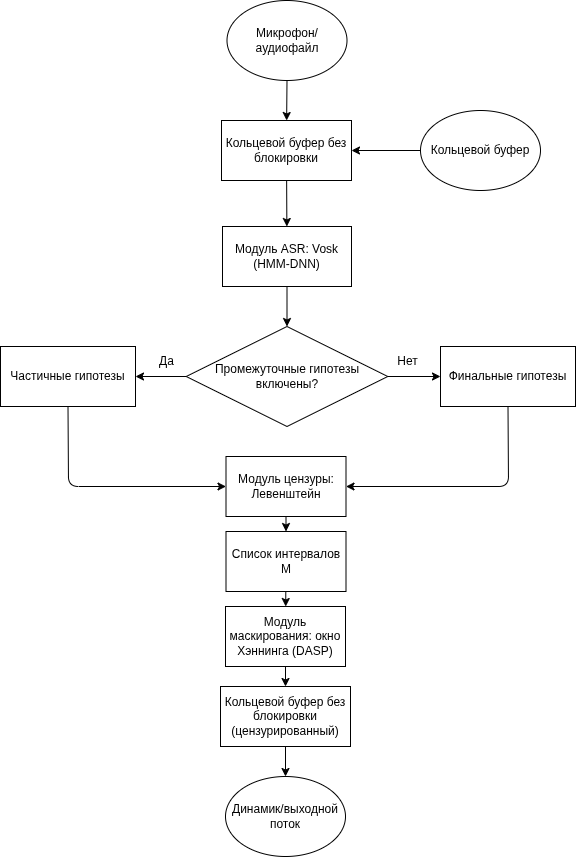
Above: doc/png/pipeline.png in IKycTI/audio-censor (draw.io), before the change. Source tidied: cells renumbered, new cells last; positions are measured from the earlier drawing's top-left corner, leaving out a move shared by most shapes. Its diagram source:
```xml
<mxGraphModel>
  <root>
    <mxCell id="0" />
    <mxCell id="1" parent="0" />
    <mxCell id="2" style="edgeStyle=none;html=1;" parent="1" edge="1" source="3" target="5">
      <mxGeometry relative="1" as="geometry" />
    </mxCell>
    <mxCell id="3" value="Микрофон/аудиофайл" style="ellipse;whiteSpace=wrap;html=1;" parent="1" vertex="1">
      <mxGeometry x="226.5" width="120" height="80" as="geometry" />
    </mxCell>
    <mxCell id="4" style="edgeStyle=none;html=1;" parent="1" edge="1" source="5" target="9">
      <mxGeometry relative="1" as="geometry" />
    </mxCell>
    <mxCell id="5" value="Кольцевой буфер без блокировки" style="rounded=0;whiteSpace=wrap;html=1;" parent="1" vertex="1">
      <mxGeometry x="221" y="120" width="130" height="60" as="geometry" />
    </mxCell>
    <mxCell id="6" style="edgeStyle=none;html=1;" parent="1" edge="1" target="5">
      <mxGeometry relative="1" as="geometry">
        <mxPoint x="421" y="150" as="sourcePoint" />
      </mxGeometry>
    </mxCell>
    <mxCell id="7" value="Кольцевой буфер" style="ellipse;whiteSpace=wrap;html=1;" parent="1" vertex="1">
      <mxGeometry x="420" y="110" width="120" height="80" as="geometry" />
    </mxCell>
    <mxCell id="8" style="edgeStyle=none;html=1;" parent="1" edge="1" source="9" target="25">
      <mxGeometry relative="1" as="geometry" />
    </mxCell>
    <mxCell id="9" value="Модуль ASR: Vosk (HMM-DNN)" style="rounded=0;whiteSpace=wrap;html=1;" parent="1" vertex="1">
      <mxGeometry x="222" y="226" width="129" height="60" as="geometry" />
    </mxCell>
    <mxCell id="10" style="edgeStyle=none;html=1;entryX=0;entryY=0.5;entryDx=0;entryDy=0;exitX=0.5;exitY=1;exitDx=0;exitDy=0;" parent="1" edge="1" source="11" target="15">
      <mxGeometry relative="1" as="geometry">
        <Array as="points">
          <mxPoint x="68" y="486" />
        </Array>
      </mxGeometry>
    </mxCell>
    <mxCell id="11" value="Частичные гипотезы" style="rounded=0;whiteSpace=wrap;html=1;" parent="1" vertex="1">
      <mxGeometry y="346" width="135" height="60" as="geometry" />
    </mxCell>
    <mxCell id="12" style="edgeStyle=none;html=1;entryX=1;entryY=0.5;entryDx=0;entryDy=0;exitX=0.5;exitY=1;exitDx=0;exitDy=0;" parent="1" edge="1" source="13">
      <mxGeometry relative="1" as="geometry">
        <mxPoint x="345.5" y="486" as="targetPoint" />
        <Array as="points">
          <mxPoint x="508" y="486" />
        </Array>
      </mxGeometry>
    </mxCell>
    <mxCell id="13" value="Финальные гипотезы" style="rounded=0;whiteSpace=wrap;html=1;" parent="1" vertex="1">
      <mxGeometry x="440" y="346" width="135" height="60" as="geometry" />
    </mxCell>
    <mxCell id="14" style="edgeStyle=none;html=1;" parent="1" edge="1" source="15" target="17">
      <mxGeometry relative="1" as="geometry" />
    </mxCell>
    <mxCell id="15" value="Модуль цензуры: Левенштейн" style="whiteSpace=wrap;html=1;rounded=0;" parent="1" vertex="1">
      <mxGeometry x="225.5" y="456" width="120" height="60" as="geometry" />
    </mxCell>
    <mxCell id="16" style="edgeStyle=none;html=1;" parent="1" edge="1" source="17" target="19">
      <mxGeometry relative="1" as="geometry" />
    </mxCell>
    <mxCell id="17" value="Список интервалов M" style="whiteSpace=wrap;html=1;rounded=0;" parent="1" vertex="1">
      <mxGeometry x="225.5" y="531" width="120" height="60" as="geometry" />
    </mxCell>
    <mxCell id="18" style="edgeStyle=none;html=1;" parent="1" edge="1" source="19" target="21">
      <mxGeometry relative="1" as="geometry" />
    </mxCell>
    <mxCell id="19" value="Модуль маскирования: окно Хэннинга (DASP)" style="whiteSpace=wrap;html=1;rounded=0;" parent="1" vertex="1">
      <mxGeometry x="225" y="606" width="120" height="60" as="geometry" />
    </mxCell>
    <mxCell id="20" style="edgeStyle=none;html=1;" parent="1" edge="1" source="21" target="22">
      <mxGeometry relative="1" as="geometry" />
    </mxCell>
    <mxCell id="21" value="Кольцевой буфер без блокировки&lt;br&gt;(цензурированный)" style="rounded=0;whiteSpace=wrap;html=1;" parent="1" vertex="1">
      <mxGeometry x="220" y="686" width="130" height="60" as="geometry" />
    </mxCell>
    <mxCell id="22" value="Динамик/выходной поток" style="ellipse;whiteSpace=wrap;html=1;" parent="1" vertex="1">
      <mxGeometry x="225" y="776" width="120" height="80" as="geometry" />
    </mxCell>
    <mxCell id="23" style="edgeStyle=none;html=1;" parent="1" edge="1" source="25" target="11">
      <mxGeometry relative="1" as="geometry" />
    </mxCell>
    <mxCell id="24" style="edgeStyle=none;html=1;" parent="1" edge="1" source="25" target="13">
      <mxGeometry relative="1" as="geometry" />
    </mxCell>
    <mxCell id="25" value="Промежуточные гипотезы включены?" style="rhombus;whiteSpace=wrap;html=1;rounded=0;" parent="1" vertex="1">
      <mxGeometry x="185.8" y="326" width="201.5" height="100" as="geometry" />
    </mxCell>
    <mxCell id="26" value="Да" style="text;html=1;align=center;verticalAlign=middle;strokeColor=none;fillColor=none;" parent="1" vertex="1">
      <mxGeometry x="145.8" y="346" width="40" height="30" as="geometry" />
    </mxCell>
    <mxCell id="27" value="Нет" style="text;html=1;align=center;verticalAlign=middle;strokeColor=none;fillColor=none;" parent="1" vertex="1">
      <mxGeometry x="387.2" y="346" width="40" height="30" as="geometry" />
    </mxCell>
  </root>
</mxGraphModel>
```
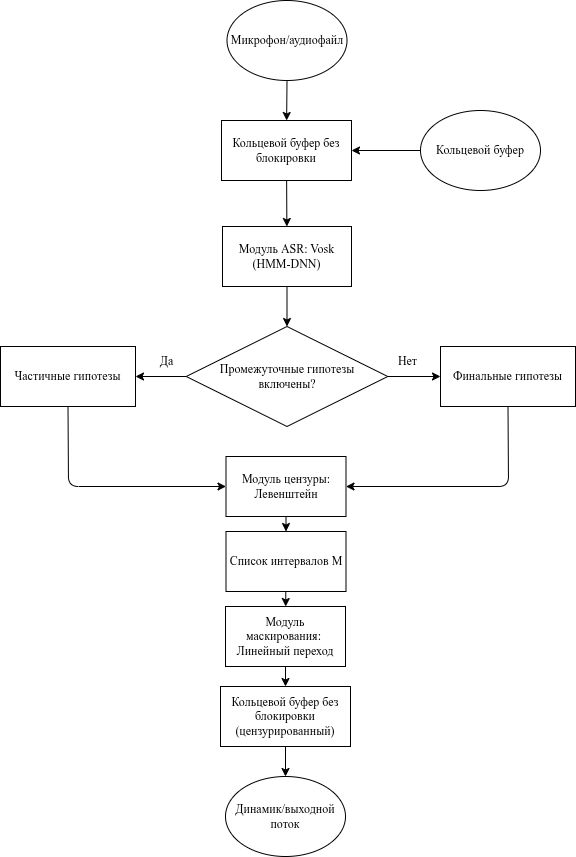
Later version of the same file.

Commit message:
Небольшие правки блок схемы работы системы, добавление скринов работы системы

What changed in the source:
```diff
@@ -2,43 +2,43 @@
   <root>
     <mxCell id="0" />
     <mxCell id="1" parent="0" />
-    <mxCell id="2" style="edgeStyle=none;html=1;" parent="1" edge="1" source="3" target="5">
+    <mxCell id="2" style="edgeStyle=none;html=1;fontFamily=Times New Roman;" parent="1" edge="1" source="3" target="5">
       <mxGeometry relative="1" as="geometry" />
     </mxCell>
-    <mxCell id="3" value="Микрофон/аудиофайл" style="ellipse;whiteSpace=wrap;html=1;" parent="1" vertex="1">
+    <mxCell id="3" value="&lt;font&gt;Микрофон/аудиофайл&lt;/font&gt;" style="ellipse;whiteSpace=wrap;html=1;fontFamily=Times New Roman;" parent="1" vertex="1">
       <mxGeometry x="226.5" width="120" height="80" as="geometry" />
     </mxCell>
-    <mxCell id="4" style="edgeStyle=none;html=1;" parent="1" edge="1" source="5" target="9">
+    <mxCell id="4" style="edgeStyle=none;html=1;fontFamily=Times New Roman;" parent="1" edge="1" source="5" target="9">
       <mxGeometry relative="1" as="geometry" />
     </mxCell>
-    <mxCell id="5" value="Кольцевой буфер без блокировки" style="rounded=0;whiteSpace=wrap;html=1;" parent="1" vertex="1">
+    <mxCell id="5" value="Кольцевой буфер без блокировки" style="rounded=0;whiteSpace=wrap;html=1;fontFamily=Times New Roman;" parent="1" vertex="1">
       <mxGeometry x="221" y="120" width="130" height="60" as="geometry" />
     </mxCell>
-    <mxCell id="6" style="edgeStyle=none;html=1;" parent="1" edge="1" target="5">
+    <mxCell id="6" style="edgeStyle=none;html=1;fontFamily=Times New Roman;" parent="1" edge="1" target="5">
       <mxGeometry relative="1" as="geometry">
         <mxPoint x="421" y="150" as="sourcePoint" />
       </mxGeometry>
     </mxCell>
-    <mxCell id="7" value="Кольцевой буфер" style="ellipse;whiteSpace=wrap;html=1;" parent="1" vertex="1">
+    <mxCell id="7" value="Кольцевой буфер" style="ellipse;whiteSpace=wrap;html=1;fontFamily=Times New Roman;" parent="1" vertex="1">
       <mxGeometry x="420" y="110" width="120" height="80" as="geometry" />
     </mxCell>
-    <mxCell id="8" style="edgeStyle=none;html=1;" parent="1" edge="1" source="9" target="25">
+    <mxCell id="8" style="edgeStyle=none;html=1;fontFamily=Times New Roman;" parent="1" edge="1" source="9" target="25">
       <mxGeometry relative="1" as="geometry" />
     </mxCell>
-    <mxCell id="9" value="Модуль ASR: Vosk (HMM-DNN)" style="rounded=0;whiteSpace=wrap;html=1;" parent="1" vertex="1">
+    <mxCell id="9" value="Модуль ASR: Vosk (HMM-DNN)" style="rounded=0;whiteSpace=wrap;html=1;fontFamily=Times New Roman;" parent="1" vertex="1">
       <mxGeometry x="222" y="226" width="129" height="60" as="geometry" />
     </mxCell>
-    <mxCell id="10" style="edgeStyle=none;html=1;entryX=0;entryY=0.5;entryDx=0;entryDy=0;exitX=0.5;exitY=1;exitDx=0;exitDy=0;" parent="1" edge="1" source="11" target="15">
+    <mxCell id="10" style="edgeStyle=none;html=1;entryX=0;entryY=0.5;entryDx=0;entryDy=0;exitX=0.5;exitY=1;exitDx=0;exitDy=0;fontFamily=Times New Roman;" parent="1" edge="1" source="11" target="15">
       <mxGeometry relative="1" as="geometry">
         <Array as="points">
           <mxPoint x="68" y="486" />
         </Array>
       </mxGeometry>
     </mxCell>
-    <mxCell id="11" value="Частичные гипотезы" style="rounded=0;whiteSpace=wrap;html=1;" parent="1" vertex="1">
+    <mxCell id="11" value="Частичные гипотезы" style="rounded=0;whiteSpace=wrap;html=1;fontFamily=Times New Roman;" parent="1" vertex="1">
       <mxGeometry y="346" width="135" height="60" as="geometry" />
     </mxCell>
-    <mxCell id="12" style="edgeStyle=none;html=1;entryX=1;entryY=0.5;entryDx=0;entryDy=0;exitX=0.5;exitY=1;exitDx=0;exitDy=0;" parent="1" edge="1" source="13">
+    <mxCell id="12" style="edgeStyle=none;html=1;entryX=1;entryY=0.5;entryDx=0;entryDy=0;exitX=0.5;exitY=1;exitDx=0;exitDy=0;fontFamily=Times New Roman;" parent="1" edge="1" source="13">
       <mxGeometry relative="1" as="geometry">
         <mxPoint x="345.5" y="486" as="targetPoint" />
         <Array as="points">
@@ -46,49 +46,49 @@
         </Array>
       </mxGeometry>
     </mxCell>
-    <mxCell id="13" value="Финальные гипотезы" style="rounded=0;whiteSpace=wrap;html=1;" parent="1" vertex="1">
+    <mxCell id="13" value="Финальные гипотезы" style="rounded=0;whiteSpace=wrap;html=1;fontFamily=Times New Roman;" parent="1" vertex="1">
       <mxGeometry x="440" y="346" width="135" height="60" as="geometry" />
     </mxCell>
-    <mxCell id="14" style="edgeStyle=none;html=1;" parent="1" edge="1" source="15" target="17">
+    <mxCell id="14" style="edgeStyle=none;html=1;fontFamily=Times New Roman;" parent="1" edge="1" source="15" target="17">
       <mxGeometry relative="1" as="geometry" />
     </mxCell>
-    <mxCell id="15" value="Модуль цензуры: Левенштейн" style="whiteSpace=wrap;html=1;rounded=0;" parent="1" vertex="1">
+    <mxCell id="15" value="Модуль цензуры: Левенштейн" style="whiteSpace=wrap;html=1;rounded=0;fontFamily=Times New Roman;" parent="1" vertex="1">
       <mxGeometry x="225.5" y="456" width="120" height="60" as="geometry" />
     </mxCell>
-    <mxCell id="16" style="edgeStyle=none;html=1;" parent="1" edge="1" source="17" target="19">
+    <mxCell id="16" style="edgeStyle=none;html=1;fontFamily=Times New Roman;" parent="1" edge="1" source="17" target="19">
       <mxGeometry relative="1" as="geometry" />
     </mxCell>
-    <mxCell id="17" value="Список интервалов M" style="whiteSpace=wrap;html=1;rounded=0;" parent="1" vertex="1">
+    <mxCell id="17" value="Список интервалов M" style="whiteSpace=wrap;html=1;rounded=0;fontFamily=Times New Roman;" parent="1" vertex="1">
       <mxGeometry x="225.5" y="531" width="120" height="60" as="geometry" />
     </mxCell>
-    <mxCell id="18" style="edgeStyle=none;html=1;" parent="1" edge="1" source="19" target="21">
+    <mxCell id="18" style="edgeStyle=none;html=1;fontFamily=Times New Roman;" parent="1" edge="1" source="19" target="21">
       <mxGeometry relative="1" as="geometry" />
     </mxCell>
-    <mxCell id="19" value="Модуль маскирования: окно Хэннинга (DASP)" style="whiteSpace=wrap;html=1;rounded=0;" parent="1" vertex="1">
+    <mxCell id="19" value="Модуль маскирования:&amp;nbsp;&lt;br&gt;Линейный переход" style="whiteSpace=wrap;html=1;rounded=0;fontFamily=Times New Roman;" parent="1" vertex="1">
       <mxGeometry x="225" y="606" width="120" height="60" as="geometry" />
     </mxCell>
-    <mxCell id="20" style="edgeStyle=none;html=1;" parent="1" edge="1" source="21" target="22">
+    <mxCell id="20" style="edgeStyle=none;html=1;fontFamily=Times New Roman;" parent="1" edge="1" source="21" target="22">
       <mxGeometry relative="1" as="geometry" />
     </mxCell>
-    <mxCell id="21" value="Кольцевой буфер без блокировки&lt;br&gt;(цензурированный)" style="rounded=0;whiteSpace=wrap;html=1;" parent="1" vertex="1">
+    <mxCell id="21" value="Кольцевой буфер без блокировки&lt;br&gt;(цензурированный)" style="rounded=0;whiteSpace=wrap;html=1;fontFamily=Times New Roman;" parent="1" vertex="1">
       <mxGeometry x="220" y="686" width="130" height="60" as="geometry" />
     </mxCell>
-    <mxCell id="22" value="Динамик/выходной поток" style="ellipse;whiteSpace=wrap;html=1;" parent="1" vertex="1">
+    <mxCell id="22" value="Динамик/выходной поток" style="ellipse;whiteSpace=wrap;html=1;fontFamily=Times New Roman;" parent="1" vertex="1">
       <mxGeometry x="225" y="776" width="120" height="80" as="geometry" />
     </mxCell>
-    <mxCell id="23" style="edgeStyle=none;html=1;" parent="1" edge="1" source="25" target="11">
+    <mxCell id="23" style="edgeStyle=none;html=1;fontFamily=Times New Roman;" parent="1" edge="1" source="25" target="11">
       <mxGeometry relative="1" as="geometry" />
     </mxCell>
-    <mxCell id="24" style="edgeStyle=none;html=1;" parent="1" edge="1" source="25" target="13">
+    <mxCell id="24" style="edgeStyle=none;html=1;fontFamily=Times New Roman;" parent="1" edge="1" source="25" target="13">
       <mxGeometry relative="1" as="geometry" />
     </mxCell>
-    <mxCell id="25" value="Промежуточные гипотезы включены?" style="rhombus;whiteSpace=wrap;html=1;rounded=0;" parent="1" vertex="1">
+    <mxCell id="25" value="Промежуточные гипотезы &lt;br&gt;включены?" style="rhombus;whiteSpace=wrap;html=1;rounded=0;fontFamily=Times New Roman;" parent="1" vertex="1">
       <mxGeometry x="185.8" y="326" width="201.5" height="100" as="geometry" />
     </mxCell>
-    <mxCell id="26" value="Да" style="text;html=1;align=center;verticalAlign=middle;strokeColor=none;fillColor=none;" parent="1" vertex="1">
+    <mxCell id="26" value="Да" style="text;html=1;align=center;verticalAlign=middle;strokeColor=none;fillColor=none;fontFamily=Times New Roman;" parent="1" vertex="1">
       <mxGeometry x="145.8" y="346" width="40" height="30" as="geometry" />
     </mxCell>
-    <mxCell id="27" value="Нет" style="text;html=1;align=center;verticalAlign=middle;strokeColor=none;fillColor=none;" parent="1" vertex="1">
+    <mxCell id="27" value="Нет" style="text;html=1;align=center;verticalAlign=middle;strokeColor=none;fillColor=none;fontFamily=Times New Roman;" parent="1" vertex="1">
       <mxGeometry x="387.2" y="346" width="40" height="30" as="geometry" />
     </mxCell>
   </root>
```
